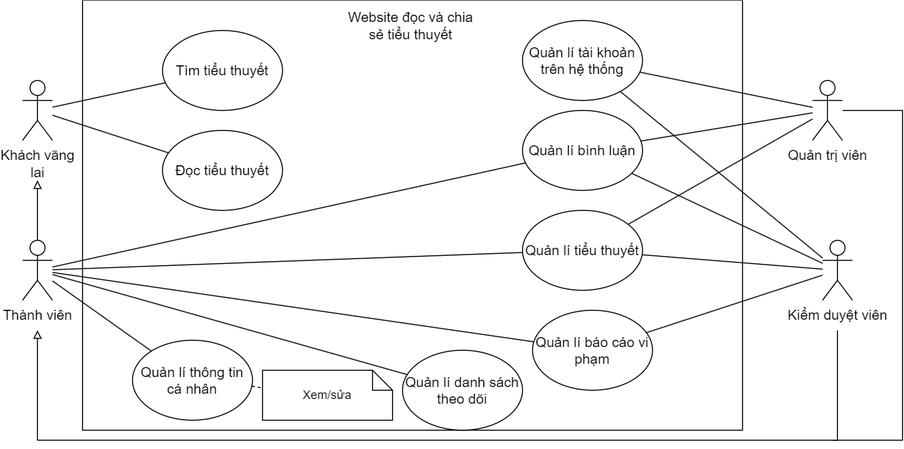
Earlier version of the draw.io export general usecase.png (Sang-Tan/NovelWebsite). Source tidied: cells renumbered, new cells last; positions are measured from the earlier drawing's top-left corner, leaving out a move shared by most shapes. The source it was exported from:
```xml
<mxGraphModel>
  <root>
    <mxCell id="0" />
    <mxCell id="1" parent="0" />
    <mxCell id="2" style="swimlane;startSize=0;fontSize=14;fillColor=default;fillStyle=auto;gradientColor=none;swimlaneFillColor=default;" parent="1" vertex="1">
      <mxGeometry x="60" width="660" height="430" as="geometry" />
    </mxCell>
    <mxCell id="3" value="Website đọc và chia sẻ tiểu thuyết" style="text;html=1;strokeColor=none;fillColor=none;align=center;verticalAlign=middle;whiteSpace=wrap;rounded=0;fontSize=14;" parent="2" vertex="1">
      <mxGeometry x="260" y="10" width="137" height="30" as="geometry" />
    </mxCell>
    <mxCell id="4" value="Quản lí bình luận" style="ellipse;whiteSpace=wrap;html=1;fontSize=14;" parent="2" vertex="1">
      <mxGeometry x="440" y="110" width="120" height="80" as="geometry" />
    </mxCell>
    <mxCell id="5" value="Tìm tiểu thuyết" style="ellipse;whiteSpace=wrap;html=1;fontSize=14;" parent="2" vertex="1">
      <mxGeometry x="80" y="30" width="120" height="80" as="geometry" />
    </mxCell>
    <mxCell id="6" value="Quản lí tài khoản trên hệ thống" style="ellipse;whiteSpace=wrap;html=1;fontSize=14;" parent="2" vertex="1">
      <mxGeometry x="440" y="20" width="120" height="80" as="geometry" />
    </mxCell>
    <mxCell id="7" value="Quản lí báo cáo vi phạm" style="ellipse;whiteSpace=wrap;html=1;fontSize=14;" parent="2" vertex="1">
      <mxGeometry x="450" y="310" width="120" height="80" as="geometry" />
    </mxCell>
    <mxCell id="8" value="Quản lí danh sách theo dõi" style="ellipse;whiteSpace=wrap;html=1;fontSize=14;" parent="2" vertex="1">
      <mxGeometry x="320" y="350" width="120" height="80" as="geometry" />
    </mxCell>
    <mxCell id="9" value="Đọc tiểu thuyết" style="ellipse;whiteSpace=wrap;html=1;fontSize=14;" parent="2" vertex="1">
      <mxGeometry x="80" y="130" width="120" height="80" as="geometry" />
    </mxCell>
    <mxCell id="10" value="Quản lí thông tin&lt;br&gt;cá nhân" style="ellipse;whiteSpace=wrap;html=1;fontSize=14;" parent="2" vertex="1">
      <mxGeometry x="50" y="340" width="120" height="80" as="geometry" />
    </mxCell>
    <mxCell id="11" value="Quản lí tiểu thuyết" style="ellipse;whiteSpace=wrap;html=1;fontSize=14;" parent="2" vertex="1">
      <mxGeometry x="440" y="210" width="120" height="80" as="geometry" />
    </mxCell>
    <mxCell id="12" style="endArrow=none;html=1;rounded=0;comic=0;strokeColor=none;fontSize=14;startArrow=none;" parent="2" edge="1" source="10" target="11">
      <mxGeometry relative="1" as="geometry" />
    </mxCell>
    <mxCell id="13" value="Xem/sửa" style="shape=note;size=20;whiteSpace=wrap;html=1;labelBackgroundColor=none;" parent="2" vertex="1">
      <mxGeometry x="180" y="370" width="130" height="50" as="geometry" />
    </mxCell>
    <mxCell id="14" style="edgeStyle=none;rounded=0;jettySize=auto;html=1;endArrow=none;endFill=0;fontSize=14;dashed=1;" parent="2" edge="1" source="10" target="13">
      <mxGeometry relative="1" as="geometry" />
    </mxCell>
    <mxCell id="15" style="endArrow=none;html=1;rounded=0;fontSize=14;" parent="1" edge="1" source="4" target="20">
      <mxGeometry relative="1" as="geometry" />
    </mxCell>
    <mxCell id="16" style="endArrow=none;html=1;rounded=0;fontSize=14;" parent="1" edge="1" source="6" target="20">
      <mxGeometry relative="1" as="geometry" />
    </mxCell>
    <mxCell id="17" style="edgeStyle=none;rounded=0;jettySize=auto;html=1;endArrow=none;endFill=0;fontSize=14;" parent="1" edge="1" source="19" target="7">
      <mxGeometry relative="1" as="geometry" />
    </mxCell>
    <mxCell id="18" style="rounded=0;jettySize=auto;html=1;endArrow=none;endFill=0;fontSize=14;" parent="1" edge="1" source="19" target="4">
      <mxGeometry relative="1" as="geometry" />
    </mxCell>
    <mxCell id="19" value="Thành viên" style="shape=umlActor;verticalLabelPosition=bottom;verticalAlign=top;html=1;outlineConnect=0;fontSize=14;labelBackgroundColor=none;fillColor=none;" parent="1" vertex="1">
      <mxGeometry y="240" width="30" height="60" as="geometry" />
    </mxCell>
    <mxCell id="20" value="Kiểm duyệt viên" style="shape=umlActor;verticalLabelPosition=bottom;verticalAlign=top;html=1;outlineConnect=0;fontSize=14;fillColor=none;" parent="1" vertex="1">
      <mxGeometry x="800" y="240" width="30" height="60" as="geometry" />
    </mxCell>
    <mxCell id="21" value="Quản trị viên" style="shape=umlActor;verticalLabelPosition=bottom;verticalAlign=top;html=1;outlineConnect=0;fontSize=14;fillColor=none;" parent="1" vertex="1">
      <mxGeometry x="790" y="80" width="30" height="60" as="geometry" />
    </mxCell>
    <mxCell id="22" style="endArrow=classic;html=1;rounded=0;comic=0;strokeColor=none;fontSize=14;startArrow=none;" parent="1" edge="1" source="11">
      <mxGeometry relative="1" as="geometry">
        <mxPoint x="500" y="81" as="targetPoint" />
      </mxGeometry>
    </mxCell>
    <mxCell id="23" style="endArrow=none;html=1;rounded=0;comic=0;endFill=0;fontSize=14;" parent="1" edge="1" source="19" target="10">
      <mxGeometry relative="1" as="geometry" />
    </mxCell>
    <mxCell id="24" style="endArrow=none;html=1;rounded=0;comic=0;endFill=0;fontSize=14;" parent="1" edge="1" source="19" target="11">
      <mxGeometry relative="1" as="geometry" />
    </mxCell>
    <mxCell id="25" style="endArrow=none;html=1;rounded=0;comic=0;endFill=0;fontSize=14;" parent="1" edge="1" source="19" target="8">
      <mxGeometry relative="1" as="geometry" />
    </mxCell>
    <mxCell id="26" style="endArrow=none;html=1;rounded=0;comic=0;endFill=0;fontSize=14;" parent="1" edge="1" source="21" target="6">
      <mxGeometry relative="1" as="geometry" />
    </mxCell>
    <mxCell id="27" value="Khách vãng&lt;br&gt;lai" style="shape=umlActor;verticalLabelPosition=bottom;verticalAlign=top;html=1;outlineConnect=0;fontSize=14;fillColor=none;" parent="1" vertex="1">
      <mxGeometry y="80" width="30" height="60" as="geometry" />
    </mxCell>
    <mxCell id="28" style="endArrow=none;html=1;rounded=0;fontSize=14;" parent="1" edge="1" source="27" target="5">
      <mxGeometry relative="1" as="geometry" />
    </mxCell>
    <mxCell id="29" style="endArrow=none;html=1;rounded=0;fontSize=14;" parent="1" edge="1" source="27" target="9">
      <mxGeometry relative="1" as="geometry" />
    </mxCell>
    <mxCell id="30" style="endArrow=none;html=1;rounded=0;" parent="1" edge="1" source="7" target="20">
      <mxGeometry relative="1" as="geometry" />
    </mxCell>
    <mxCell id="31" style="endArrow=none;html=1;rounded=0;comic=0;strokeColor=none;fontSize=14;" parent="1" edge="1" source="19" target="10">
      <mxGeometry relative="1" as="geometry" />
    </mxCell>
    <mxCell id="32" style="endArrow=none;html=1;rounded=0;fontSize=14;" parent="1" edge="1" source="11" target="20">
      <mxGeometry relative="1" as="geometry" />
    </mxCell>
    <mxCell id="33" style="endArrow=none;html=1;rounded=0;fontSize=14;" parent="1" edge="1" source="11" target="21">
      <mxGeometry relative="1" as="geometry" />
    </mxCell>
    <mxCell id="34" style="endArrow=none;html=1;rounded=0;fontSize=14;" parent="1" edge="1" source="4" target="21">
      <mxGeometry relative="1" as="geometry" />
    </mxCell>
    <mxCell id="35" style="endArrow=block;html=1;rounded=0;endFill=0;" parent="1" edge="1" source="19">
      <mxGeometry relative="1" as="geometry">
        <mxPoint x="15" y="180" as="targetPoint" />
      </mxGeometry>
    </mxCell>
    <mxCell id="36" style="endArrow=block;html=1;rounded=0;endFill=0;" parent="1" edge="1">
      <mxGeometry relative="1" as="geometry">
        <mxPoint x="815" y="330" as="sourcePoint" />
        <mxPoint x="15" y="330" as="targetPoint" />
        <Array as="points">
          <mxPoint x="815" y="440" />
          <mxPoint x="15" y="440" />
        </Array>
      </mxGeometry>
    </mxCell>
    <mxCell id="37" style="endArrow=none;html=1;rounded=0;edgeStyle=orthogonalEdgeStyle;" parent="1" edge="1" source="21">
      <mxGeometry relative="1" as="geometry">
        <mxPoint x="810" y="440" as="targetPoint" />
        <Array as="points">
          <mxPoint x="880" y="110" />
          <mxPoint x="880" y="440" />
        </Array>
      </mxGeometry>
    </mxCell>
  </root>
</mxGraphModel>
```
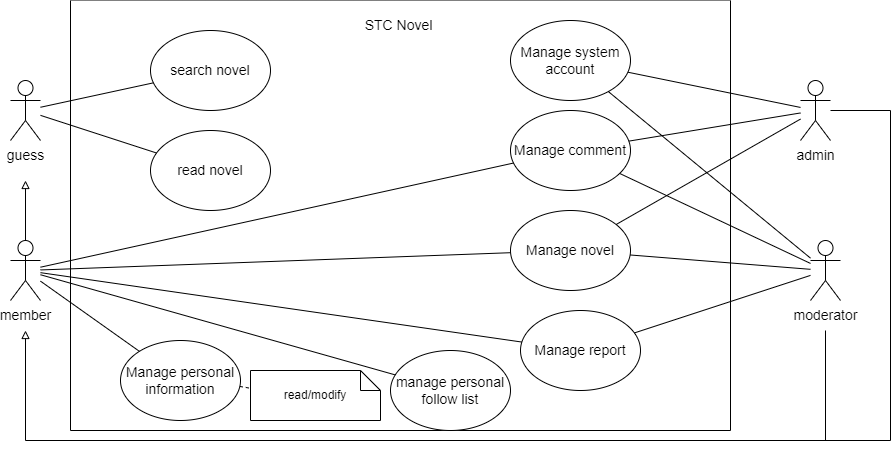
The same file after the commit.

The edit, as a diff of the source:
```diff
@@ -5,37 +5,37 @@
     <mxCell id="2" style="swimlane;startSize=0;fontSize=14;fillColor=default;fillStyle=auto;gradientColor=none;swimlaneFillColor=default;" parent="1" vertex="1">
       <mxGeometry x="60" width="660" height="430" as="geometry" />
     </mxCell>
-    <mxCell id="3" value="Website đọc và chia sẻ tiểu thuyết" style="text;html=1;strokeColor=none;fillColor=none;align=center;verticalAlign=middle;whiteSpace=wrap;rounded=0;fontSize=14;" parent="2" vertex="1">
+    <mxCell id="3" value="STC Novel" style="text;html=1;strokeColor=none;fillColor=none;align=center;verticalAlign=middle;whiteSpace=wrap;rounded=0;fontSize=14;" parent="2" vertex="1">
       <mxGeometry x="260" y="10" width="137" height="30" as="geometry" />
     </mxCell>
-    <mxCell id="4" value="Quản lí bình luận" style="ellipse;whiteSpace=wrap;html=1;fontSize=14;" parent="2" vertex="1">
+    <mxCell id="4" value="Manage comment" style="ellipse;whiteSpace=wrap;html=1;fontSize=14;" parent="2" vertex="1">
       <mxGeometry x="440" y="110" width="120" height="80" as="geometry" />
     </mxCell>
-    <mxCell id="5" value="Tìm tiểu thuyết" style="ellipse;whiteSpace=wrap;html=1;fontSize=14;" parent="2" vertex="1">
+    <mxCell id="5" value="search novel" style="ellipse;whiteSpace=wrap;html=1;fontSize=14;" parent="2" vertex="1">
       <mxGeometry x="80" y="30" width="120" height="80" as="geometry" />
     </mxCell>
-    <mxCell id="6" value="Quản lí tài khoản trên hệ thống" style="ellipse;whiteSpace=wrap;html=1;fontSize=14;" parent="2" vertex="1">
+    <mxCell id="6" value="Manage system account" style="ellipse;whiteSpace=wrap;html=1;fontSize=14;" parent="2" vertex="1">
       <mxGeometry x="440" y="20" width="120" height="80" as="geometry" />
     </mxCell>
-    <mxCell id="7" value="Quản lí báo cáo vi phạm" style="ellipse;whiteSpace=wrap;html=1;fontSize=14;" parent="2" vertex="1">
+    <mxCell id="7" value="Manage report" style="ellipse;whiteSpace=wrap;html=1;fontSize=14;" parent="2" vertex="1">
       <mxGeometry x="450" y="310" width="120" height="80" as="geometry" />
     </mxCell>
-    <mxCell id="8" value="Quản lí danh sách theo dõi" style="ellipse;whiteSpace=wrap;html=1;fontSize=14;" parent="2" vertex="1">
+    <mxCell id="8" value="manage personal follow list" style="ellipse;whiteSpace=wrap;html=1;fontSize=14;" parent="2" vertex="1">
       <mxGeometry x="320" y="350" width="120" height="80" as="geometry" />
     </mxCell>
-    <mxCell id="9" value="Đọc tiểu thuyết" style="ellipse;whiteSpace=wrap;html=1;fontSize=14;" parent="2" vertex="1">
+    <mxCell id="9" value="read novel" style="ellipse;whiteSpace=wrap;html=1;fontSize=14;" parent="2" vertex="1">
       <mxGeometry x="80" y="130" width="120" height="80" as="geometry" />
     </mxCell>
-    <mxCell id="10" value="Quản lí thông tin&lt;br&gt;cá nhân" style="ellipse;whiteSpace=wrap;html=1;fontSize=14;" parent="2" vertex="1">
+    <mxCell id="10" value="Manage personal information" style="ellipse;whiteSpace=wrap;html=1;fontSize=14;" parent="2" vertex="1">
       <mxGeometry x="50" y="340" width="120" height="80" as="geometry" />
     </mxCell>
-    <mxCell id="11" value="Quản lí tiểu thuyết" style="ellipse;whiteSpace=wrap;html=1;fontSize=14;" parent="2" vertex="1">
+    <mxCell id="11" value="Manage novel" style="ellipse;whiteSpace=wrap;html=1;fontSize=14;" parent="2" vertex="1">
       <mxGeometry x="440" y="210" width="120" height="80" as="geometry" />
     </mxCell>
     <mxCell id="12" style="endArrow=none;html=1;rounded=0;comic=0;strokeColor=none;fontSize=14;startArrow=none;" parent="2" edge="1" source="10" target="11">
       <mxGeometry relative="1" as="geometry" />
     </mxCell>
-    <mxCell id="13" value="Xem/sửa" style="shape=note;size=20;whiteSpace=wrap;html=1;labelBackgroundColor=none;" parent="2" vertex="1">
+    <mxCell id="13" value="read/modify" style="shape=note;size=20;whiteSpace=wrap;html=1;labelBackgroundColor=none;" parent="2" vertex="1">
       <mxGeometry x="180" y="370" width="130" height="50" as="geometry" />
     </mxCell>
     <mxCell id="14" style="edgeStyle=none;rounded=0;jettySize=auto;html=1;endArrow=none;endFill=0;fontSize=14;dashed=1;" parent="2" edge="1" source="10" target="13">
@@ -53,13 +53,13 @@
     <mxCell id="18" style="rounded=0;jettySize=auto;html=1;endArrow=none;endFill=0;fontSize=14;" parent="1" edge="1" source="19" target="4">
       <mxGeometry relative="1" as="geometry" />
     </mxCell>
-    <mxCell id="19" value="Thành viên" style="shape=umlActor;verticalLabelPosition=bottom;verticalAlign=top;html=1;outlineConnect=0;fontSize=14;labelBackgroundColor=none;fillColor=none;" parent="1" vertex="1">
+    <mxCell id="19" value="member" style="shape=umlActor;verticalLabelPosition=bottom;verticalAlign=top;html=1;outlineConnect=0;fontSize=14;labelBackgroundColor=none;fillColor=none;" parent="1" vertex="1">
       <mxGeometry y="240" width="30" height="60" as="geometry" />
     </mxCell>
-    <mxCell id="20" value="Kiểm duyệt viên" style="shape=umlActor;verticalLabelPosition=bottom;verticalAlign=top;html=1;outlineConnect=0;fontSize=14;fillColor=none;" parent="1" vertex="1">
+    <mxCell id="20" value="moderator" style="shape=umlActor;verticalLabelPosition=bottom;verticalAlign=top;html=1;outlineConnect=0;fontSize=14;fillColor=none;" parent="1" vertex="1">
       <mxGeometry x="800" y="240" width="30" height="60" as="geometry" />
     </mxCell>
-    <mxCell id="21" value="Quản trị viên" style="shape=umlActor;verticalLabelPosition=bottom;verticalAlign=top;html=1;outlineConnect=0;fontSize=14;fillColor=none;" parent="1" vertex="1">
+    <mxCell id="21" value="admin" style="shape=umlActor;verticalLabelPosition=bottom;verticalAlign=top;html=1;outlineConnect=0;fontSize=14;fillColor=none;" parent="1" vertex="1">
       <mxGeometry x="790" y="80" width="30" height="60" as="geometry" />
     </mxCell>
     <mxCell id="22" style="endArrow=classic;html=1;rounded=0;comic=0;strokeColor=none;fontSize=14;startArrow=none;" parent="1" edge="1" source="11">
@@ -79,7 +79,7 @@
     <mxCell id="26" style="endArrow=none;html=1;rounded=0;comic=0;endFill=0;fontSize=14;" parent="1" edge="1" source="21" target="6">
       <mxGeometry relative="1" as="geometry" />
     </mxCell>
-    <mxCell id="27" value="Khách vãng&lt;br&gt;lai" style="shape=umlActor;verticalLabelPosition=bottom;verticalAlign=top;html=1;outlineConnect=0;fontSize=14;fillColor=none;" parent="1" vertex="1">
+    <mxCell id="27" value="guess" style="shape=umlActor;verticalLabelPosition=bottom;verticalAlign=top;html=1;outlineConnect=0;fontSize=14;fillColor=none;" parent="1" vertex="1">
       <mxGeometry y="80" width="30" height="60" as="geometry" />
     </mxCell>
     <mxCell id="28" style="endArrow=none;html=1;rounded=0;fontSize=14;" parent="1" edge="1" source="27" target="5">
```
